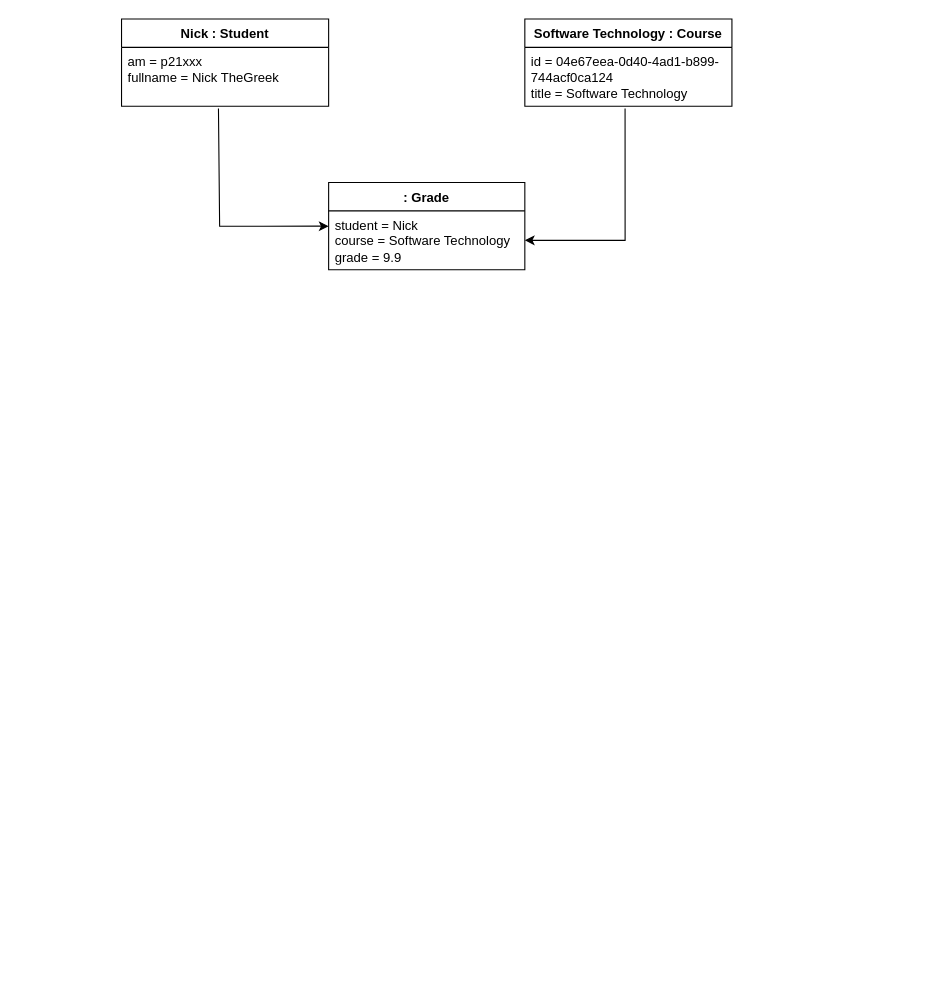
This is Object/Object_Diagram.drawio from Noveboi/UniLetters.Diagrams, a draw.io file, before an edit. Source tidied: cells renumbered, new cells numbered last; positions are measured from the earlier drawing's top-left corner, leaving out a move shared by most shapes. Both pictures are drawn from the tidied source at 109%, with x=0, y=0 at pixel (121, 19).
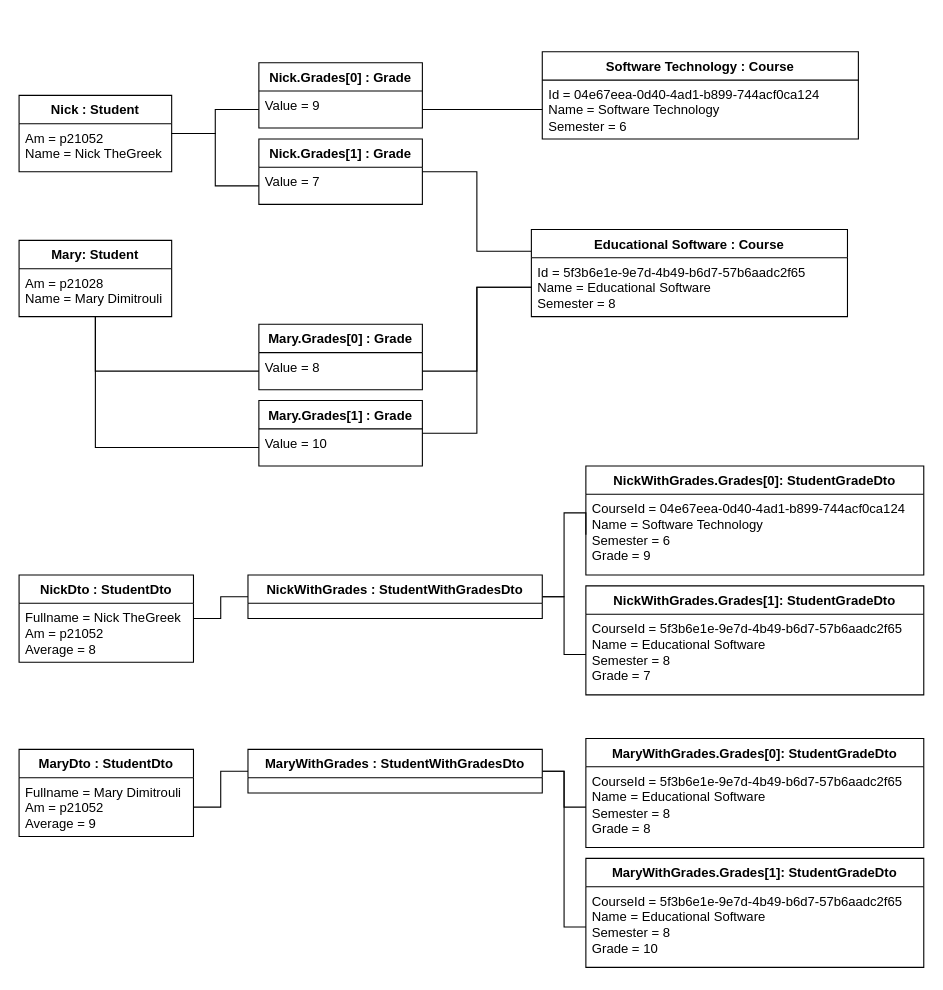
The same diagram, later.

Commit message (it also covers changes not shown here):
Move object diagram into /Object

What changed in the source:
```diff
@@
+    <mxCell id="10" style="edgeStyle=orthogonalEdgeStyle;rounded=0;jettySize=auto;html=1;entryX=0;entryY=0.5;entryDx=0;entryDy=0;labelBackgroundColor=none;fontColor=default;endArrow=none;startFill=0;" parent="1" edge="1" source="2" target="23">
+      <mxGeometry relative="1" as="geometry" />
+    </mxCell>
+    <mxCell id="11" style="edgeStyle=orthogonalEdgeStyle;rounded=0;jettySize=auto;html=1;entryX=0;entryY=0.5;entryDx=0;entryDy=0;labelBackgroundColor=none;fontColor=default;endArrow=none;startFill=0;" parent="1" edge="1" source="2" target="15">
+      <mxGeometry relative="1" as="geometry" />
+    </mxCell>
-    <mxCell id="2" value="Nick : Student" style="swimlane;fontStyle=1;align=center;verticalAlign=top;horizontal=1;startSize=26;whiteSpace=wrap;html=1;" parent="1" vertex="1">
-      <mxGeometry width="190" height="80" as="geometry" />
+    <mxCell id="2" value="Nick : Student" style="swimlane;fontStyle=1;align=center;verticalAlign=top;horizontal=1;startSize=26;whiteSpace=wrap;html=1;labelBackgroundColor=none;rounded=0;" parent="1" vertex="1">
+      <mxGeometry x="-94" y="70" width="140" height="70" as="geometry" />
     </mxCell>
-    <mxCell id="3" value="am = p21xxx&lt;div&gt;fullname = Nick TheGreek&lt;/div&gt;" style="text;strokeColor=none;fillColor=none;align=left;verticalAlign=top;spacingLeft=4;spacingRight=4;overflow=hidden;points=[[0,0.5],[1,0.5]];portConstraint=eastwest;whiteSpace=wrap;html=1;" parent="2" vertex="1">
-      <mxGeometry y="26" width="190" height="54" as="geometry" />
-    </mxCell>
+    <mxCell id="12" value="Am = p21052&lt;div&gt;Name = Nick TheGreek&lt;/div&gt;" style="text;strokeColor=none;fillColor=none;align=left;verticalAlign=top;spacingLeft=4;spacingRight=4;overflow=hidden;whiteSpace=wrap;html=1;labelBackgroundColor=none;rounded=0;" parent="2" vertex="1">
+      <mxGeometry y="26" width="140" height="44" as="geometry" />
+    </mxCell>
-    <mxCell id="4" value="Software Technology : Course" style="swimlane;fontStyle=1;align=center;verticalAlign=top;horizontal=1;startSize=26;whiteSpace=wrap;html=1;" parent="1" vertex="1">
-      <mxGeometry x="370" width="190" height="80" as="geometry" />
+    <mxCell id="4" value="Software Technology : Course" style="swimlane;fontStyle=1;align=center;verticalAlign=top;horizontal=1;startSize=26;whiteSpace=wrap;html=1;labelBackgroundColor=none;rounded=0;" parent="1" vertex="1">
+      <mxGeometry x="386" y="30" width="290" height="80" as="geometry" />
     </mxCell>
-    <mxCell id="5" value="id =&amp;nbsp;04e67eea-0d40-4ad1-b899-744acf0ca124&lt;div&gt;title = Software Technology&lt;/div&gt;" style="text;strokeColor=none;fillColor=none;align=left;verticalAlign=top;spacingLeft=4;spacingRight=4;overflow=hidden;points=[[0,0.5],[1,0.5]];portConstraint=eastwest;whiteSpace=wrap;html=1;" parent="4" vertex="1">
-      <mxGeometry y="26" width="190" height="54" as="geometry" />
-    </mxCell>
-    <mxCell id="6" value=": Grade" style="swimlane;fontStyle=1;align=center;verticalAlign=top;horizontal=1;startSize=26;whiteSpace=wrap;html=1;" parent="1" vertex="1">
-      <mxGeometry x="190" y="150" width="180" height="80" as="geometry" />
-    </mxCell>
-    <mxCell id="7" value="student = Nick&lt;div&gt;course = Software Technology&lt;/div&gt;&lt;div&gt;grade = 9.9&lt;/div&gt;" style="text;strokeColor=none;fillColor=none;align=left;verticalAlign=top;spacingLeft=4;spacingRight=4;overflow=hidden;points=[[0,0.5],[1,0.5]];portConstraint=eastwest;whiteSpace=wrap;html=1;" parent="6" vertex="1">
-      <mxGeometry y="26" width="180" height="54" as="geometry" />
-    </mxCell>
-    <mxCell id="8" style="endArrow=classic;html=1;rounded=0;exitX=0.468;exitY=1.037;exitDx=0;exitDy=0;exitPerimeter=0;entryX=0;entryY=0.259;entryDx=0;entryDy=0;entryPerimeter=0;" parent="1" edge="1" source="3" target="7">
-      <mxGeometry relative="1" as="geometry">
-        <Array as="points">
-          <mxPoint x="90" y="190" />
-          <mxPoint x="130" y="190" />
-        </Array>
-      </mxGeometry>
-    </mxCell>
-    <mxCell id="9" style="endArrow=classic;html=1;rounded=0;exitX=0.484;exitY=1.037;exitDx=0;exitDy=0;exitPerimeter=0;entryX=1;entryY=0.5;entryDx=0;entryDy=0;" parent="1" edge="1" source="5" target="7">
-      <mxGeometry relative="1" as="geometry">
-        <Array as="points">
-          <mxPoint x="462" y="203" />
-        </Array>
-      </mxGeometry>
-    </mxCell>
+    <mxCell id="13" value="Id =&amp;nbsp;04e67eea-0d40-4ad1-b899-744acf0ca124&lt;div&gt;Name = Software Technology&lt;/div&gt;&lt;div&gt;Semester = 6&lt;/div&gt;" style="text;strokeColor=none;fillColor=none;align=left;verticalAlign=top;spacingLeft=4;spacingRight=4;overflow=hidden;points=[[0,0.5],[1,0.5]];portConstraint=eastwest;whiteSpace=wrap;html=1;labelBackgroundColor=none;rounded=0;" parent="4" vertex="1">
+      <mxGeometry y="26" width="290" height="54" as="geometry" />
+    </mxCell>
+    <mxCell id="14" value="Nick.Grades[0] : Grade" style="swimlane;fontStyle=1;align=center;verticalAlign=top;horizontal=1;startSize=26;whiteSpace=wrap;html=1;labelBackgroundColor=none;rounded=0;" parent="1" vertex="1">
+      <mxGeometry x="126" y="40" width="150" height="60" as="geometry" />
+    </mxCell>
+    <mxCell id="15" value="&lt;div&gt;&lt;span style=&quot;background-color: transparent; color: light-dark(rgb(0, 0, 0), rgb(255, 255, 255));&quot;&gt;Value = 9&lt;/span&gt;&lt;/div&gt;" style="text;strokeColor=none;fillColor=none;align=left;verticalAlign=top;spacingLeft=4;spacingRight=4;overflow=hidden;points=[[0,0.5],[1,0.5]];portConstraint=eastwest;whiteSpace=wrap;html=1;labelBackgroundColor=none;rounded=0;" parent="14" vertex="1">
+      <mxGeometry y="26" width="150" height="34" as="geometry" />
+    </mxCell>
+    <mxCell id="16" style="edgeStyle=orthogonalEdgeStyle;shape=connector;rounded=0;jettySize=auto;html=1;entryX=0;entryY=0.5;entryDx=0;entryDy=0;strokeColor=default;align=center;verticalAlign=middle;fontFamily=Helvetica;fontSize=11;fontColor=default;labelBackgroundColor=none;startFill=0;endArrow=none;" parent="1" edge="1" source="17" target="41">
+      <mxGeometry relative="1" as="geometry" />
+    </mxCell>
+    <mxCell id="17" value="NickDto : StudentDto" style="swimlane;fontStyle=1;align=center;verticalAlign=top;horizontal=1;startSize=26;whiteSpace=wrap;html=1;labelBackgroundColor=none;rounded=0;" parent="1" vertex="1">
+      <mxGeometry x="-94" y="510" width="160" height="80" as="geometry" />
+    </mxCell>
+    <mxCell id="18" value="&lt;div&gt;Fullname = Nick TheGreek&lt;br&gt;&lt;/div&gt;&lt;div&gt;Am = p21052&lt;/div&gt;&lt;div&gt;Average = 8&lt;/div&gt;" style="text;strokeColor=none;fillColor=none;align=left;verticalAlign=top;spacingLeft=4;spacingRight=4;overflow=hidden;whiteSpace=wrap;html=1;labelBackgroundColor=none;rounded=0;" parent="17" vertex="1">
+      <mxGeometry y="26" width="160" height="54" as="geometry" />
+    </mxCell>
+    <mxCell id="19" value="NickWithGrades.Grades[0]: StudentGradeDto" style="swimlane;fontStyle=1;align=center;verticalAlign=top;horizontal=1;startSize=26;whiteSpace=wrap;html=1;labelBackgroundColor=none;rounded=0;" parent="1" vertex="1">
+      <mxGeometry x="426" y="410" width="310" height="100" as="geometry" />
+    </mxCell>
+    <mxCell id="20" value="&lt;div&gt;CourseId = 04e67eea-0d40-4ad1-b899-744acf0ca124&lt;/div&gt;&lt;div&gt;Name = Software Technology&lt;/div&gt;&lt;div&gt;Semester = 6&lt;/div&gt;&lt;div&gt;Grade = 9&lt;/div&gt;" style="text;strokeColor=none;fillColor=none;align=left;verticalAlign=top;spacingLeft=4;spacingRight=4;overflow=hidden;points=[[0,0.5],[1,0.5]];portConstraint=eastwest;whiteSpace=wrap;html=1;labelBackgroundColor=none;rounded=0;" parent="19" vertex="1">
+      <mxGeometry y="26" width="310" height="74" as="geometry" />
+    </mxCell>
+    <mxCell id="21" style="edgeStyle=orthogonalEdgeStyle;rounded=0;jettySize=auto;html=1;entryX=0;entryY=0.25;entryDx=0;entryDy=0;labelBackgroundColor=none;fontColor=default;endArrow=none;startFill=0;" parent="1" edge="1" source="22" target="30">
+      <mxGeometry relative="1" as="geometry" />
+    </mxCell>
+    <mxCell id="22" value="Nick.Grades[1] : Grade" style="swimlane;fontStyle=1;align=center;verticalAlign=top;horizontal=1;startSize=26;whiteSpace=wrap;html=1;labelBackgroundColor=none;rounded=0;" parent="1" vertex="1">
+      <mxGeometry x="126" y="110" width="150" height="60" as="geometry" />
+    </mxCell>
+    <mxCell id="23" value="&lt;div&gt;&lt;span style=&quot;background-color: transparent; color: light-dark(rgb(0, 0, 0), rgb(255, 255, 255));&quot;&gt;Value = 7&lt;/span&gt;&lt;/div&gt;" style="text;strokeColor=none;fillColor=none;align=left;verticalAlign=top;spacingLeft=4;spacingRight=4;overflow=hidden;points=[[0,0.5],[1,0.5]];portConstraint=eastwest;whiteSpace=wrap;html=1;labelBackgroundColor=none;rounded=0;" parent="22" vertex="1">
+      <mxGeometry y="26" width="150" height="34" as="geometry" />
+    </mxCell>
+    <mxCell id="24" style="edgeStyle=orthogonalEdgeStyle;rounded=0;jettySize=auto;html=1;entryX=0;entryY=0.5;entryDx=0;entryDy=0;labelBackgroundColor=none;fontColor=default;endArrow=none;startFill=0;" parent="1" edge="1" source="26" target="29">
+      <mxGeometry relative="1" as="geometry" />
+    </mxCell>
+    <mxCell id="25" style="edgeStyle=orthogonalEdgeStyle;shape=connector;rounded=0;jettySize=auto;html=1;entryX=0;entryY=0.5;entryDx=0;entryDy=0;strokeColor=default;align=center;verticalAlign=middle;fontFamily=Helvetica;fontSize=11;fontColor=default;labelBackgroundColor=none;startFill=0;endArrow=none;" parent="1" edge="1" source="26" target="35">
+      <mxGeometry relative="1" as="geometry" />
+    </mxCell>
+    <mxCell id="26" value="Mary: Student" style="swimlane;fontStyle=1;align=center;verticalAlign=top;horizontal=1;startSize=26;whiteSpace=wrap;html=1;labelBackgroundColor=none;rounded=0;" parent="1" vertex="1">
+      <mxGeometry x="-94" y="203" width="140" height="70" as="geometry" />
+    </mxCell>
+    <mxCell id="27" value="Am = p21028&lt;div&gt;Name = Mary Dimitrouli&lt;/div&gt;" style="text;strokeColor=none;fillColor=none;align=left;verticalAlign=top;spacingLeft=4;spacingRight=4;overflow=hidden;whiteSpace=wrap;html=1;labelBackgroundColor=none;rounded=0;" parent="26" vertex="1">
+      <mxGeometry y="26" width="140" height="44" as="geometry" />
+    </mxCell>
+    <mxCell id="28" value="Mary.Grades[0] : Grade" style="swimlane;fontStyle=1;align=center;verticalAlign=top;horizontal=1;startSize=26;whiteSpace=wrap;html=1;labelBackgroundColor=none;rounded=0;" parent="1" vertex="1">
+      <mxGeometry x="126" y="280" width="150" height="60" as="geometry" />
+    </mxCell>
+    <mxCell id="29" value="&lt;div&gt;&lt;span style=&quot;background-color: transparent; color: light-dark(rgb(0, 0, 0), rgb(255, 255, 255));&quot;&gt;Value = 8&lt;/span&gt;&lt;/div&gt;" style="text;strokeColor=none;fillColor=none;align=left;verticalAlign=top;spacingLeft=4;spacingRight=4;overflow=hidden;points=[[0,0.5],[1,0.5]];portConstraint=eastwest;whiteSpace=wrap;html=1;labelBackgroundColor=none;rounded=0;" parent="28" vertex="1">
+      <mxGeometry y="26" width="150" height="34" as="geometry" />
+    </mxCell>
+    <mxCell id="30" value="Educational Software : Course" style="swimlane;fontStyle=1;align=center;verticalAlign=top;horizontal=1;startSize=26;whiteSpace=wrap;html=1;labelBackgroundColor=none;rounded=0;" parent="1" vertex="1">
+      <mxGeometry x="376" y="193" width="290" height="80" as="geometry" />
+    </mxCell>
+    <mxCell id="31" value="Id =&amp;nbsp;&lt;span style=&quot;background-color: transparent;&quot;&gt;5f3b6e1e-9e7d-4b49-b6d7-57b6aadc2f65&lt;/span&gt;&lt;div&gt;&lt;div&gt;Name = Educational Software&lt;/div&gt;&lt;div&gt;Semester = 8&lt;/div&gt;&lt;/div&gt;" style="text;strokeColor=none;fillColor=none;align=left;verticalAlign=top;spacingLeft=4;spacingRight=4;overflow=hidden;points=[[0,0.5],[1,0.5]];portConstraint=eastwest;whiteSpace=wrap;html=1;labelBackgroundColor=none;rounded=0;" parent="30" vertex="1">
+      <mxGeometry y="26" width="290" height="54" as="geometry" />
+    </mxCell>
+    <mxCell id="32" style="edgeStyle=orthogonalEdgeStyle;rounded=0;jettySize=auto;html=1;entryX=0;entryY=0.5;entryDx=0;entryDy=0;labelBackgroundColor=none;fontColor=default;endArrow=none;startFill=0;" parent="1" edge="1" source="15" target="13">
+      <mxGeometry relative="1" as="geometry" />
+    </mxCell>
+    <mxCell id="33" style="edgeStyle=orthogonalEdgeStyle;shape=connector;rounded=0;jettySize=auto;html=1;entryX=0;entryY=0.5;entryDx=0;entryDy=0;strokeColor=default;align=center;verticalAlign=middle;fontFamily=Helvetica;fontSize=11;fontColor=default;labelBackgroundColor=none;startFill=0;endArrow=none;" parent="1" edge="1" source="34" target="31">
+      <mxGeometry relative="1" as="geometry">
+        <Array as="points">
+          <mxPoint x="326" y="380" />
+          <mxPoint x="326" y="246" />
+        </Array>
+      </mxGeometry>
+    </mxCell>
+    <mxCell id="34" value="Mary.Grades[1] : Grade" style="swimlane;fontStyle=1;align=center;verticalAlign=top;horizontal=1;startSize=26;whiteSpace=wrap;html=1;labelBackgroundColor=none;rounded=0;" parent="1" vertex="1">
+      <mxGeometry x="126" y="350" width="150" height="60" as="geometry" />
+    </mxCell>
+    <mxCell id="35" value="&lt;div&gt;&lt;span style=&quot;background-color: transparent; color: light-dark(rgb(0, 0, 0), rgb(255, 255, 255));&quot;&gt;Value = 10&lt;/span&gt;&lt;/div&gt;" style="text;strokeColor=none;fillColor=none;align=left;verticalAlign=top;spacingLeft=4;spacingRight=4;overflow=hidden;points=[[0,0.5],[1,0.5]];portConstraint=eastwest;whiteSpace=wrap;html=1;labelBackgroundColor=none;rounded=0;" parent="34" vertex="1">
+      <mxGeometry y="26" width="150" height="34" as="geometry" />
+    </mxCell>
+    <mxCell id="36" style="edgeStyle=orthogonalEdgeStyle;shape=connector;rounded=0;jettySize=auto;html=1;entryX=0;entryY=0.5;entryDx=0;entryDy=0;strokeColor=default;align=center;verticalAlign=middle;fontFamily=Helvetica;fontSize=11;fontColor=default;labelBackgroundColor=none;startFill=0;endArrow=none;" parent="1" edge="1" source="29" target="31">
+      <mxGeometry relative="1" as="geometry" />
+    </mxCell>
+    <mxCell id="37" value="MaryDto : StudentDto" style="swimlane;fontStyle=1;align=center;verticalAlign=top;horizontal=1;startSize=26;whiteSpace=wrap;html=1;labelBackgroundColor=none;rounded=0;" parent="1" vertex="1">
+      <mxGeometry x="-94" y="670" width="160" height="80" as="geometry" />
+    </mxCell>
+    <mxCell id="38" value="&lt;div&gt;Fullname = Mary Dimitrouli&lt;br&gt;&lt;/div&gt;&lt;div&gt;Am = p21052&lt;/div&gt;&lt;div&gt;Average = 9&lt;/div&gt;" style="text;strokeColor=none;fillColor=none;align=left;verticalAlign=top;spacingLeft=4;spacingRight=4;overflow=hidden;points=[[0,0.5],[1,0.5]];portConstraint=eastwest;whiteSpace=wrap;html=1;labelBackgroundColor=none;rounded=0;" parent="37" vertex="1">
+      <mxGeometry y="26" width="160" height="54" as="geometry" />
+    </mxCell>
+    <mxCell id="39" style="edgeStyle=orthogonalEdgeStyle;shape=connector;rounded=0;jettySize=auto;html=1;entryX=0;entryY=0.5;entryDx=0;entryDy=0;strokeColor=default;align=center;verticalAlign=middle;fontFamily=Helvetica;fontSize=11;fontColor=default;labelBackgroundColor=none;startFill=0;endArrow=none;" parent="1" edge="1" source="41" target="20">
+      <mxGeometry relative="1" as="geometry">
+        <Array as="points">
+          <mxPoint x="406" y="530" />
+          <mxPoint x="406" y="453" />
+        </Array>
+      </mxGeometry>
+    </mxCell>
+    <mxCell id="40" style="edgeStyle=orthogonalEdgeStyle;shape=connector;rounded=0;jettySize=auto;html=1;entryX=0;entryY=0.5;entryDx=0;entryDy=0;strokeColor=default;align=center;verticalAlign=middle;fontFamily=Helvetica;fontSize=11;fontColor=default;labelBackgroundColor=none;startFill=0;endArrow=none;" parent="1" edge="1" source="41" target="46">
+      <mxGeometry relative="1" as="geometry" />
+    </mxCell>
+    <mxCell id="41" value="NickWithGrades : StudentWithGradesDto" style="swimlane;fontStyle=1;align=center;verticalAlign=top;horizontal=1;startSize=26;whiteSpace=wrap;html=1;labelBackgroundColor=none;rounded=0;" parent="1" vertex="1">
+      <mxGeometry x="116" y="510" width="270" height="40" as="geometry" />
+    </mxCell>
+    <mxCell id="42" style="edgeStyle=orthogonalEdgeStyle;shape=connector;rounded=0;jettySize=auto;html=1;entryX=0;entryY=0.5;entryDx=0;entryDy=0;strokeColor=default;align=center;verticalAlign=middle;fontFamily=Helvetica;fontSize=11;fontColor=default;labelBackgroundColor=none;startFill=0;endArrow=none;" parent="1" edge="1" source="44" target="48">
+      <mxGeometry relative="1" as="geometry" />
+    </mxCell>
+    <mxCell id="43" style="edgeStyle=orthogonalEdgeStyle;shape=connector;rounded=0;jettySize=auto;html=1;entryX=0;entryY=0.5;entryDx=0;entryDy=0;strokeColor=default;align=center;verticalAlign=middle;fontFamily=Helvetica;fontSize=11;fontColor=default;labelBackgroundColor=none;startFill=0;endArrow=none;" parent="1" edge="1" source="44" target="50">
+      <mxGeometry relative="1" as="geometry">
+        <Array as="points">
+          <mxPoint x="406" y="690" />
+          <mxPoint x="406" y="833" />
+        </Array>
+      </mxGeometry>
+    </mxCell>
+    <mxCell id="44" value="MaryWithGrades : StudentWithGradesDto" style="swimlane;fontStyle=1;align=center;verticalAlign=top;horizontal=1;startSize=26;whiteSpace=wrap;html=1;labelBackgroundColor=none;rounded=0;" parent="1" vertex="1">
+      <mxGeometry x="116" y="670" width="270" height="40" as="geometry" />
+    </mxCell>
+    <mxCell id="45" value="NickWithGrades.Grades[1]: StudentGradeDto" style="swimlane;fontStyle=1;align=center;verticalAlign=top;horizontal=1;startSize=26;whiteSpace=wrap;html=1;labelBackgroundColor=none;rounded=0;" parent="1" vertex="1">
+      <mxGeometry x="426" y="520" width="310" height="100" as="geometry" />
+    </mxCell>
+    <mxCell id="46" value="&lt;div&gt;CourseId =&amp;nbsp;&lt;span style=&quot;background-color: transparent; color: light-dark(rgb(0, 0, 0), rgb(255, 255, 255));&quot;&gt;5f3b6e1e-9e7d-4b49-b6d7-57b6aadc2f65&lt;/span&gt;&lt;/div&gt;&lt;div&gt;Name = Educational Software&lt;/div&gt;&lt;div&gt;Semester = 8&lt;/div&gt;&lt;div&gt;Grade = 7&lt;/div&gt;" style="text;strokeColor=none;fillColor=none;align=left;verticalAlign=top;spacingLeft=4;spacingRight=4;overflow=hidden;points=[[0,0.5],[1,0.5]];portConstraint=eastwest;whiteSpace=wrap;html=1;labelBackgroundColor=none;rounded=0;" parent="45" vertex="1">
+      <mxGeometry y="26" width="310" height="74" as="geometry" />
+    </mxCell>
+    <mxCell id="47" value="MaryWithGrades.Grades[0]: StudentGradeDto" style="swimlane;fontStyle=1;align=center;verticalAlign=top;horizontal=1;startSize=26;whiteSpace=wrap;html=1;labelBackgroundColor=none;rounded=0;" parent="1" vertex="1">
+      <mxGeometry x="426" y="660" width="310" height="100" as="geometry" />
+    </mxCell>
+    <mxCell id="48" value="&lt;div&gt;CourseId =&amp;nbsp;&lt;span style=&quot;background-color: transparent; color: light-dark(rgb(0, 0, 0), rgb(255, 255, 255));&quot;&gt;5f3b6e1e-9e7d-4b49-b6d7-57b6aadc2f65&lt;/span&gt;&lt;/div&gt;&lt;div&gt;Name = Educational Software&lt;/div&gt;&lt;div&gt;Semester = 8&lt;/div&gt;&lt;div&gt;Grade = 8&lt;/div&gt;" style="text;strokeColor=none;fillColor=none;align=left;verticalAlign=top;spacingLeft=4;spacingRight=4;overflow=hidden;points=[[0,0.5],[1,0.5]];portConstraint=eastwest;whiteSpace=wrap;html=1;labelBackgroundColor=none;rounded=0;" parent="47" vertex="1">
+      <mxGeometry y="26" width="310" height="74" as="geometry" />
+    </mxCell>
+    <mxCell id="49" value="MaryWithGrades.Grades[1]: StudentGradeDto" style="swimlane;fontStyle=1;align=center;verticalAlign=top;horizontal=1;startSize=26;whiteSpace=wrap;html=1;labelBackgroundColor=none;rounded=0;" parent="1" vertex="1">
+      <mxGeometry x="426" y="770" width="310" height="100" as="geometry" />
+    </mxCell>
+    <mxCell id="50" value="&lt;div&gt;CourseId =&amp;nbsp;&lt;span style=&quot;background-color: transparent; color: light-dark(rgb(0, 0, 0), rgb(255, 255, 255));&quot;&gt;5f3b6e1e-9e7d-4b49-b6d7-57b6aadc2f65&lt;/span&gt;&lt;/div&gt;&lt;div&gt;Name = Educational Software&lt;/div&gt;&lt;div&gt;Semester = 8&lt;/div&gt;&lt;div&gt;Grade = 10&lt;/div&gt;" style="text;strokeColor=none;fillColor=none;align=left;verticalAlign=top;spacingLeft=4;spacingRight=4;overflow=hidden;points=[[0,0.5],[1,0.5]];portConstraint=eastwest;whiteSpace=wrap;html=1;labelBackgroundColor=none;rounded=0;" parent="49" vertex="1">
+      <mxGeometry y="26" width="310" height="74" as="geometry" />
+    </mxCell>
+    <mxCell id="51" style="edgeStyle=orthogonalEdgeStyle;shape=connector;rounded=0;jettySize=auto;html=1;entryX=0;entryY=0.5;entryDx=0;entryDy=0;strokeColor=default;align=center;verticalAlign=middle;fontFamily=Helvetica;fontSize=11;fontColor=default;labelBackgroundColor=none;startFill=0;endArrow=none;" parent="1" edge="1" source="38" target="44">
+      <mxGeometry relative="1" as="geometry" />
+    </mxCell>
```
